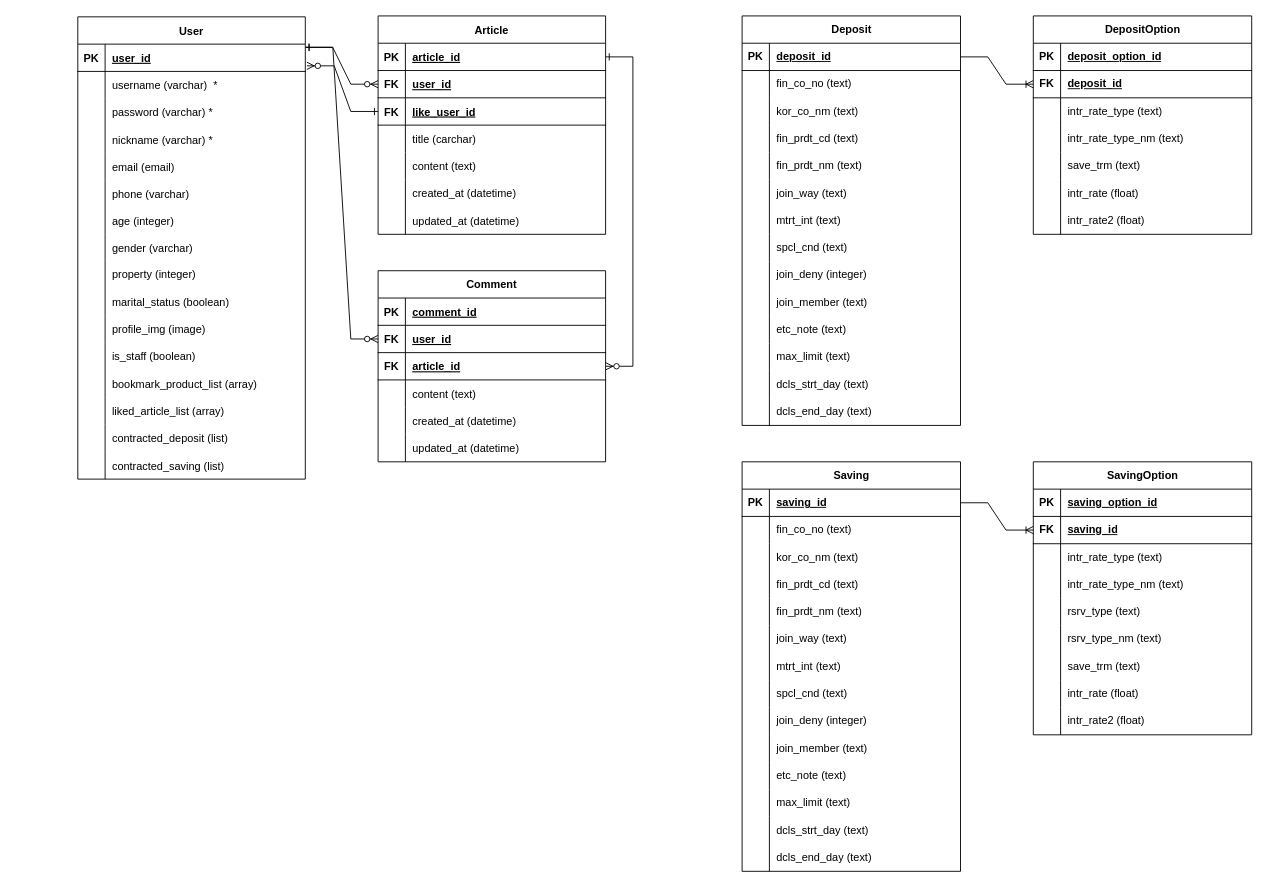
Foxrain119/UMPA keeps this draw.io diagram as ERD_update.drawio. Above is the earlier version. Source tidied: cells renumbered, new cells numbered last; positions are measured from the earlier drawing's top-left corner, leaving out a move shared by most shapes. Both pictures are drawn from the tidied source at 91%, with x=0, y=0 at pixel (77, 15).
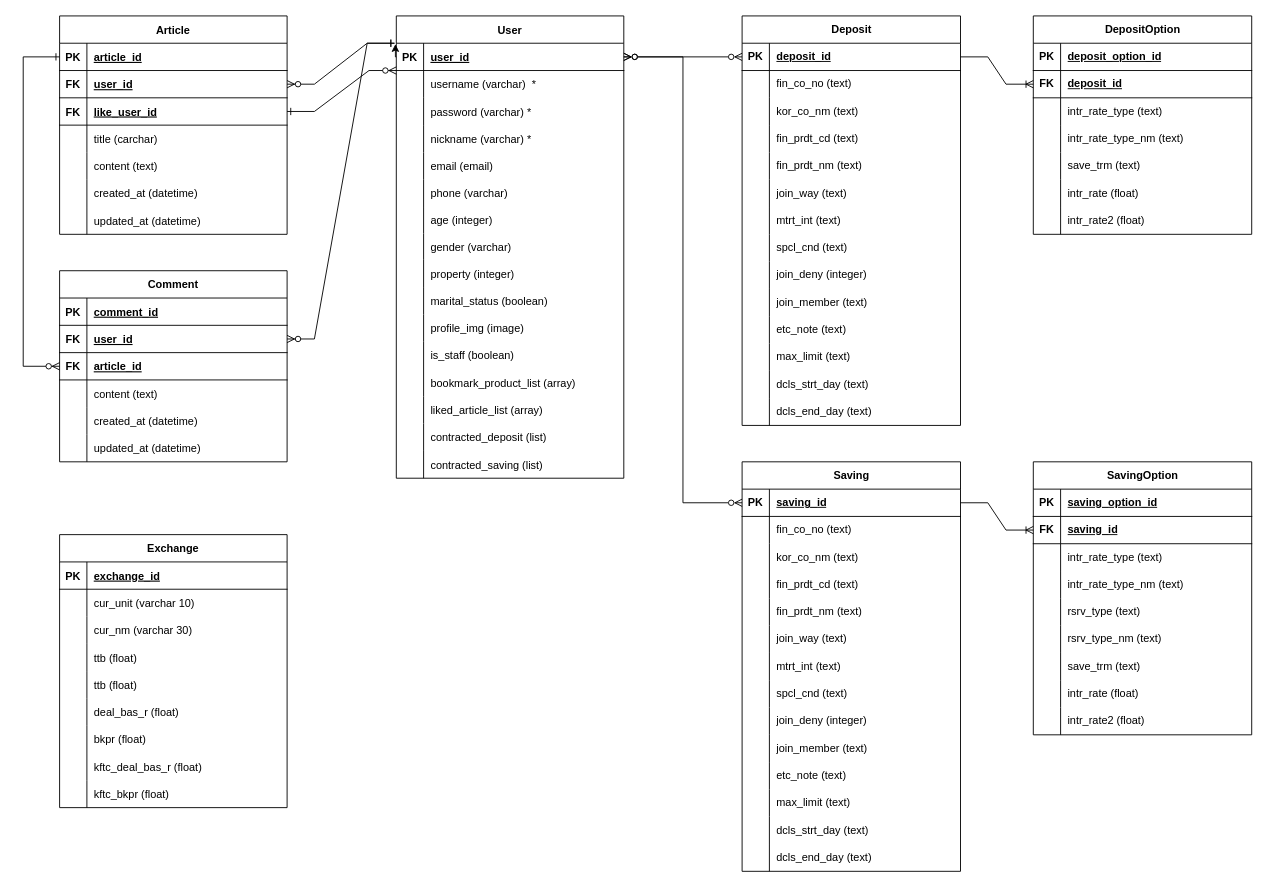
Above is the later version.

Unchanged cells that the change refers to:
```xml
<mxCell id="5" style="shape=partialRectangle;fillColor=none;points=[[0,0.5],[1,0.5]];portConstraint=eastwest;top=0;left=0;right=0;bottom=1;labelBackgroundColor=none;" parent="4" vertex="1">
  <mxGeometry y="30" width="250" height="30" as="geometry" />
</mxCell>
<mxCell id="8" style="shape=partialRectangle;fillColor=none;points=[[0,0.5],[1,0.5]];portConstraint=eastwest;top=0;left=0;right=0;bottom=1;labelBackgroundColor=none;" parent="4" vertex="1">
  <mxGeometry y="60" width="250" height="30" as="geometry" />
</mxCell>
<mxCell id="11" style="shape=partialRectangle;fillColor=none;points=[[0,0.5],[1,0.5]];portConstraint=eastwest;top=0;left=0;right=0;bottom=1;labelBackgroundColor=none;" parent="4" vertex="1">
  <mxGeometry y="90" width="250" height="30" as="geometry" />
</mxCell>
<mxCell id="30" style="shape=partialRectangle;fillColor=none;points=[[0,0.5],[1,0.5]];portConstraint=eastwest;top=0;left=0;right=0;bottom=1;" parent="26" vertex="1">
  <mxGeometry y="60" width="250" height="30" as="geometry" />
</mxCell>
<mxCell id="33" style="shape=partialRectangle;fillColor=none;points=[[0,0.5],[1,0.5]];portConstraint=eastwest;top=0;left=0;right=0;bottom=1;" parent="26" vertex="1">
  <mxGeometry y="90" width="250" height="30" as="geometry" />
</mxCell>
<mxCell id="46" style="shape=partialRectangle;fillColor=none;points=[[0,0.5],[1,0.5]];portConstraint=eastwest;top=0;left=0;right=0;bottom=1;" parent="45" vertex="1">
  <mxGeometry y="30" width="250" height="30" as="geometry" />
</mxCell>
<mxCell id="95" style="shape=tableRow;horizontal=0;startSize=0;swimlaneHead=0;swimlaneBody=0;fillColor=none;points=[[0,0.5],[1,0.5]];portConstraint=eastwest;top=0;left=0;right=0;bottom=1;" parent="94" vertex="1">
  <mxGeometry y="30" width="240" height="30" as="geometry" />
</mxCell>
<mxCell id="160" style="shape=tableRow;horizontal=0;startSize=0;swimlaneHead=0;swimlaneBody=0;fillColor=none;points=[[0,0.5],[1,0.5]];portConstraint=eastwest;top=0;left=0;right=0;bottom=1;" parent="159" vertex="1">
  <mxGeometry y="30" width="240" height="30" as="geometry" />
</mxCell>
```

What changed in the source:
```diff
@@
-    <mxCell id="2" style="edgeStyle=entityRelationEdgeStyle;endArrow=ERzeroToMany;startArrow=ERone;endFill=1;startFill=0;rounded=0;curved=0;exitX=1;exitY=0.11;exitDx=0;exitDy=0;entryX=0;entryY=0.5;entryDx=0;entryDy=0;exitPerimeter=0;" parent="1" edge="1" source="46" target="8">
+    <mxCell id="2" style="edgeStyle=entityRelationEdgeStyle;endArrow=ERzeroToMany;startArrow=ERone;endFill=1;startFill=0;rounded=0;curved=0;exitX=-0.008;exitY=0;exitDx=0;exitDy=0;entryX=1;entryY=0.5;entryDx=0;entryDy=0;exitPerimeter=0;" parent="1" edge="1" source="46" target="8">
       <mxGeometry relative="1" as="geometry" />
     </mxCell>
-    <mxCell id="3" style="edgeStyle=entityRelationEdgeStyle;endArrow=ERzeroToMany;startArrow=ERone;endFill=1;startFill=0;entryX=1;entryY=0.5;entryDx=0;entryDy=0;rounded=0;curved=0;" parent="1" edge="1" source="5" target="33">
-      <mxGeometry relative="1" as="geometry" />
+    <mxCell id="3" style="edgeStyle=orthogonalEdgeStyle;endArrow=ERzeroToMany;startArrow=ERone;endFill=1;startFill=0;rounded=0;entryX=0;entryY=0.5;entryDx=0;entryDy=0;exitX=0;exitY=0.5;exitDx=0;exitDy=0;anchorPointDirection=1;arcSize=20;jumpStyle=none;" parent="1" edge="1" source="5" target="33">
+      <mxGeometry relative="1" as="geometry">
+        <Array as="points">
+          <mxPoint x="-60" y="45" />
+          <mxPoint x="-60" y="385" />
+        </Array>
+      </mxGeometry>
     </mxCell>
     <mxCell id="4" value="Article" style="shape=table;startSize=30;childLayout=tableLayout;rowLines=0;fontStyle=1;align=center;labelBackgroundColor=none;" parent="1" vertex="1">
-      <mxGeometry x="330" width="250" height="240" as="geometry" />
+      <mxGeometry x="-20" width="250" height="240" as="geometry" />
     </mxCell>
@@
     <mxCell id="26" value="Comment" style="shape=table;startSize=30;childLayout=tableLayout;rowLines=0;fontStyle=1;align=center;" parent="1" vertex="1">
-      <mxGeometry x="330" y="280" width="250" height="210" as="geometry" />
+      <mxGeometry x="-20" y="280" width="250" height="210" as="geometry" />
     </mxCell>
@@
     <mxCell id="45" value="User" style="shape=table;startSize=30;childLayout=tableLayout;rowLines=0;fontStyle=1;align=center;" parent="1" vertex="1">
-      <mxGeometry y="1" width="250" height="508" as="geometry" />
+      <mxGeometry x="350" width="250" height="508" as="geometry" />
     </mxCell>
@@
+    <mxCell id="234" style="edgeStyle=orthogonalEdgeStyle;rounded=0;orthogonalLoop=1;jettySize=auto;html=1;exitX=0;exitY=0.5;exitDx=0;exitDy=0;entryX=-0.004;entryY=0.033;entryDx=0;entryDy=0;entryPerimeter=0;" parent="45" edge="1" source="46" target="46">
+      <mxGeometry relative="1" as="geometry" />
+    </mxCell>
@@
-    <mxCell id="232" style="edgeStyle=entityRelationEdgeStyle;endArrow=ERzeroToMany;startArrow=ERone;endFill=1;startFill=0;rounded=0;curved=0;exitX=1.001;exitY=0.123;exitDx=0;exitDy=0;entryX=0;entryY=0.5;entryDx=0;entryDy=0;exitPerimeter=0;" parent="1" edge="1" source="46" target="30">
+    <mxCell id="232" style="edgeStyle=entityRelationEdgeStyle;endArrow=ERzeroToMany;startArrow=ERone;endFill=1;startFill=0;rounded=0;curved=0;exitX=-0.008;exitY=0;exitDx=0;exitDy=0;entryX=1;entryY=0.5;entryDx=0;entryDy=0;exitPerimeter=0;" parent="1" edge="1" source="46" target="30">
       <mxGeometry relative="1" as="geometry" />
     </mxCell>
-    <mxCell id="233" style="edgeStyle=entityRelationEdgeStyle;endArrow=ERzeroToMany;startArrow=ERone;endFill=1;startFill=0;rounded=0;curved=0;exitX=0;exitY=0.5;exitDx=0;exitDy=0;entryX=1.007;entryY=0.795;entryDx=0;entryDy=0;entryPerimeter=0;" parent="1" edge="1" source="11" target="46">
-      <mxGeometry relative="1" as="geometry" />
+    <mxCell id="233" style="edgeStyle=entityRelationEdgeStyle;endArrow=ERzeroToMany;startArrow=ERone;endFill=1;startFill=0;rounded=0;curved=0;exitX=1;exitY=0.5;exitDx=0;exitDy=0;" parent="1" edge="1" source="11">
+      <mxGeometry relative="1" as="geometry">
+        <mxPoint x="350" y="60" as="targetPoint" />
+        <Array as="points">
+          <mxPoint x="310" y="-20" />
+        </Array>
+      </mxGeometry>
     </mxCell>
+    <mxCell id="235" style="endArrow=ERzeroToMany;html=1;rounded=0;entryX=0;entryY=0.5;entryDx=0;entryDy=0;exitX=1;exitY=0.5;exitDx=0;exitDy=0;startArrow=ERzeroToMany;startFill=0;endFill=0;" parent="1" edge="1" source="46" target="95">
+      <mxGeometry relative="1" as="geometry" />
+    </mxCell>
+    <mxCell id="236" style="endArrow=ERzeroToMany;html=1;rounded=0;entryX=0;entryY=0.5;entryDx=0;entryDy=0;exitX=1;exitY=0.5;exitDx=0;exitDy=0;startArrow=ERzeroToMany;startFill=0;endFill=0;edgeStyle=orthogonalEdgeStyle;" parent="1" edge="1" source="46" target="160">
+      <mxGeometry relative="1" as="geometry" />
+    </mxCell>
+    <mxCell id="237" value="Exchange" style="shape=table;startSize=30;childLayout=tableLayout;rowLines=0;fontStyle=1;align=center;" parent="1" vertex="1">
+      <mxGeometry x="-20" y="570" width="250" height="300" as="geometry" />
+    </mxCell>
+    <mxCell id="238" style="shape=partialRectangle;fillColor=none;top=0;left=0;right=0;bottom=1;" parent="237" vertex="1">
+      <mxGeometry y="30" width="250" height="30" as="geometry" />
+    </mxCell>
+    <mxCell id="239" value="PK" style="shape=partialRectangle;overflow=hidden;fillColor=none;top=0;left=0;bottom=0;right=0;fontStyle=1;" parent="238" vertex="1">
+      <mxGeometry width="30" height="30" as="geometry" />
+    </mxCell>
+    <mxCell id="240" value="exchange_id" style="shape=partialRectangle;overflow=hidden;fillColor=none;top=0;left=0;bottom=0;right=0;align=left;spacingLeft=6;fontStyle=5;" parent="238" vertex="1">
+      <mxGeometry x="30" width="220" height="30" as="geometry" />
+    </mxCell>
+    <mxCell id="241" style="shape=partialRectangle;fillColor=none;top=0;left=0;right=0;bottom=0;" parent="237" vertex="1">
+      <mxGeometry y="60" width="250" height="30" as="geometry" />
+    </mxCell>
+    <mxCell id="242" style="shape=partialRectangle;overflow=hidden;fillColor=none;top=0;left=0;bottom=0;right=0;" parent="241" vertex="1">
+      <mxGeometry width="30" height="30" as="geometry" />
+    </mxCell>
+    <mxCell id="243" value="cur_unit (varchar 10)" style="shape=partialRectangle;overflow=hidden;fillColor=none;top=0;left=0;bottom=0;right=0;align=left;spacingLeft=6;" parent="241" vertex="1">
+      <mxGeometry x="30" width="220" height="30" as="geometry" />
+    </mxCell>
+    <mxCell id="244" style="shape=partialRectangle;fillColor=none;top=0;left=0;right=0;bottom=0;" parent="237" vertex="1">
+      <mxGeometry y="90" width="250" height="30" as="geometry" />
+    </mxCell>
+    <mxCell id="245" style="shape=partialRectangle;overflow=hidden;fillColor=none;top=0;left=0;bottom=0;right=0;" parent="244" vertex="1">
+      <mxGeometry width="30" height="30" as="geometry" />
+    </mxCell>
+    <mxCell id="246" value="cur_nm (varchar 30)" style="shape=partialRectangle;overflow=hidden;fillColor=none;top=0;left=0;bottom=0;right=0;align=left;spacingLeft=6;" parent="244" vertex="1">
+      <mxGeometry x="30" width="220" height="30" as="geometry" />
+    </mxCell>
+    <mxCell id="247" style="shape=partialRectangle;fillColor=none;top=0;left=0;right=0;bottom=0;" parent="237" vertex="1">
+      <mxGeometry y="120" width="250" height="30" as="geometry" />
+    </mxCell>
+    <mxCell id="248" value="    " style="shape=partialRectangle;overflow=hidden;fillColor=none;top=0;left=0;bottom=0;right=0;" parent="247" vertex="1">
+      <mxGeometry width="30" height="30" as="geometry" />
+    </mxCell>
+    <mxCell id="249" value="ttb (float)" style="shape=partialRectangle;overflow=hidden;fillColor=none;top=0;left=0;bottom=0;right=0;align=left;spacingLeft=6;" parent="247" vertex="1">
+      <mxGeometry x="30" width="220" height="30" as="geometry" />
+    </mxCell>
+    <mxCell id="250" style="shape=partialRectangle;fillColor=none;top=0;left=0;right=0;bottom=0;" parent="237" vertex="1">
+      <mxGeometry y="150" width="250" height="30" as="geometry" />
+    </mxCell>
+    <mxCell id="251" value="    " style="shape=partialRectangle;overflow=hidden;fillColor=none;top=0;left=0;bottom=0;right=0;" parent="250" vertex="1">
+      <mxGeometry width="30" height="30" as="geometry" />
+    </mxCell>
+    <mxCell id="252" value="ttb (float)" style="shape=partialRectangle;overflow=hidden;fillColor=none;top=0;left=0;bottom=0;right=0;align=left;spacingLeft=6;" parent="250" vertex="1">
+      <mxGeometry x="30" width="220" height="30" as="geometry" />
+    </mxCell>
+    <mxCell id="253" style="shape=partialRectangle;fillColor=none;top=0;left=0;right=0;bottom=0;" parent="237" vertex="1">
+      <mxGeometry y="180" width="250" height="30" as="geometry" />
+    </mxCell>
+    <mxCell id="254" value="    " style="shape=partialRectangle;overflow=hidden;fillColor=none;top=0;left=0;bottom=0;right=0;" parent="253" vertex="1">
+      <mxGeometry width="30" height="30" as="geometry" />
+    </mxCell>
+    <mxCell id="255" value="deal_bas_r (float)" style="shape=partialRectangle;overflow=hidden;fillColor=none;top=0;left=0;bottom=0;right=0;align=left;spacingLeft=6;" parent="253" vertex="1">
+      <mxGeometry x="30" width="220" height="30" as="geometry" />
+    </mxCell>
+    <mxCell id="256" style="shape=partialRectangle;fillColor=none;top=0;left=0;right=0;bottom=0;" parent="237" vertex="1">
+      <mxGeometry y="210" width="250" height="30" as="geometry" />
+    </mxCell>
+    <mxCell id="257" value="    " style="shape=partialRectangle;overflow=hidden;fillColor=none;top=0;left=0;bottom=0;right=0;" parent="256" vertex="1">
+      <mxGeometry width="30" height="30" as="geometry" />
+    </mxCell>
+    <mxCell id="258" value="bkpr (float)" style="shape=partialRectangle;overflow=hidden;fillColor=none;top=0;left=0;bottom=0;right=0;align=left;spacingLeft=6;" parent="256" vertex="1">
+      <mxGeometry x="30" width="220" height="30" as="geometry" />
+    </mxCell>
+    <mxCell id="259" style="shape=partialRectangle;fillColor=none;top=0;left=0;right=0;bottom=0;" parent="237" vertex="1">
+      <mxGeometry y="240" width="250" height="30" as="geometry" />
+    </mxCell>
+    <mxCell id="260" value="    " style="shape=partialRectangle;overflow=hidden;fillColor=none;top=0;left=0;bottom=0;right=0;" parent="259" vertex="1">
+      <mxGeometry width="30" height="30" as="geometry" />
+    </mxCell>
+    <mxCell id="261" value="kftc_deal_bas_r (float)" style="shape=partialRectangle;overflow=hidden;fillColor=none;top=0;left=0;bottom=0;right=0;align=left;spacingLeft=6;" parent="259" vertex="1">
+      <mxGeometry x="30" width="220" height="30" as="geometry" />
+    </mxCell>
+    <mxCell id="262" style="shape=partialRectangle;fillColor=none;top=0;left=0;right=0;bottom=0;" parent="237" vertex="1">
+      <mxGeometry y="270" width="250" height="30" as="geometry" />
+    </mxCell>
+    <mxCell id="263" value="    " style="shape=partialRectangle;overflow=hidden;fillColor=none;top=0;left=0;bottom=0;right=0;" parent="262" vertex="1">
+      <mxGeometry width="30" height="30" as="geometry" />
+    </mxCell>
+    <mxCell id="264" value="kftc_bkpr (float)" style="shape=partialRectangle;overflow=hidden;fillColor=none;top=0;left=0;bottom=0;right=0;align=left;spacingLeft=6;" parent="262" vertex="1">
+      <mxGeometry x="30" width="220" height="30" as="geometry" />
+    </mxCell>
```
